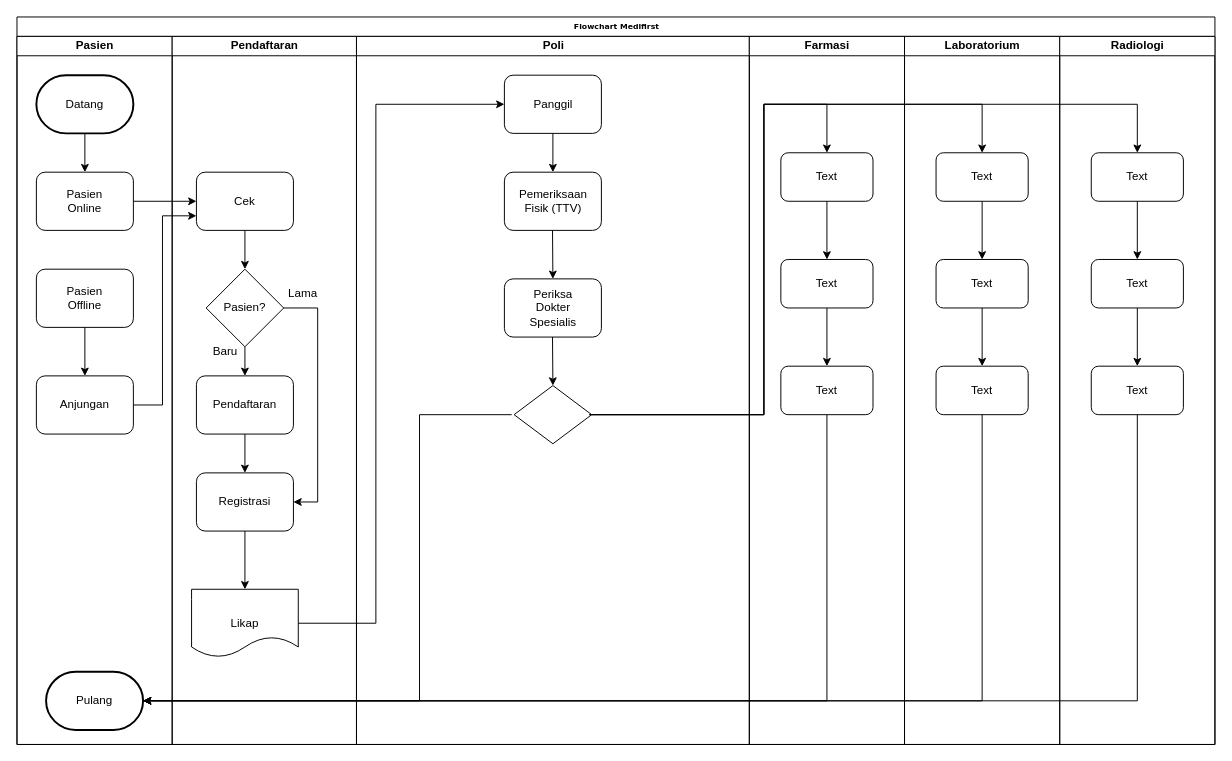
Earlier version of the draw.io diagram Flowchart RSUD dr Soedomo.drawio (Arfnvaaa/Arfnvaaa). Source tidied: cells renumbered, new cells numbered last; positions are measured from the earlier drawing's top-left corner, leaving out a move shared by most shapes. Both pictures are drawn from the tidied source at 97%, with x=0, y=0 at pixel (16, 16).
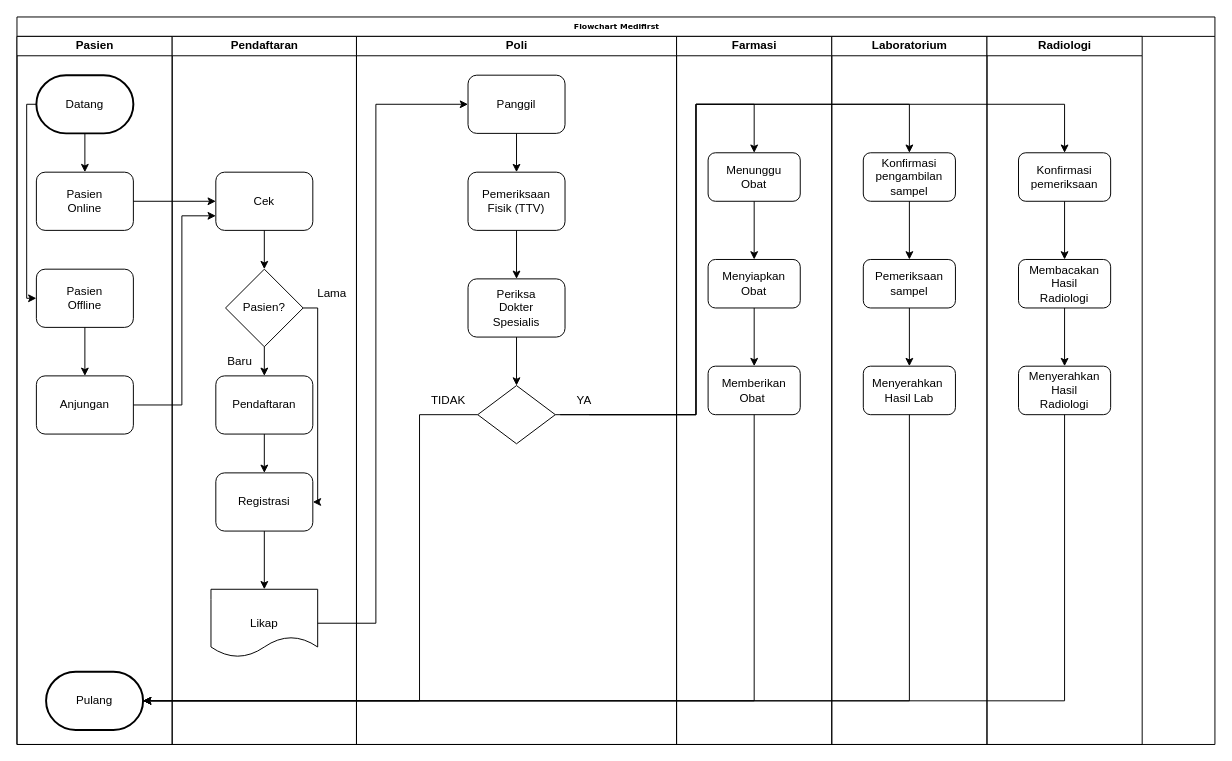
The same diagram, later.

The change refers to these unchanged cells:
```xml
<mxCell id="2" value="Flowchart Medifirst" style="swimlane;html=1;startSize=20;rounded=0;shadow=0;labelBackgroundColor=none;strokeWidth=1;fontFamily=Verdana;fontSize=8;align=center;" parent="1" vertex="1">
  <mxGeometry width="1235" height="750" as="geometry" />
</mxCell>
<mxCell id="3" value="Pasien" style="swimlane;html=1;startSize=20;" parent="2" vertex="1">
  <mxGeometry y="20" width="160" height="730" as="geometry" />
</mxCell>
<mxCell id="7" style="rounded=1;whiteSpace=wrap;html=1;shadow=0;labelBackgroundColor=none;strokeWidth=1;fontFamily=Verdana;fontSize=8;align=center;" parent="6" vertex="1">
  <mxGeometry width="100" height="60" as="geometry" />
</mxCell>
<mxCell id="10" style="rounded=1;whiteSpace=wrap;html=1;shadow=0;labelBackgroundColor=none;strokeWidth=1;fontFamily=Verdana;fontSize=8;align=center;" parent="9" vertex="1">
  <mxGeometry width="100" height="60" as="geometry" />
</mxCell>
<mxCell id="13" style="strokeWidth=2;html=1;shape=mxgraph.flowchart.terminator;whiteSpace=wrap;" parent="3" vertex="1">
  <mxGeometry x="30" y="655" width="100" height="60" as="geometry" />
</mxCell>
<mxCell id="16" style="strokeWidth=2;html=1;shape=mxgraph.flowchart.terminator;whiteSpace=wrap;" parent="15" vertex="1">
  <mxGeometry width="100" height="60" as="geometry" />
</mxCell>
<mxCell id="19" value="Pendaftaran" style="swimlane;html=1;startSize=20;" parent="2" vertex="1">
  <mxGeometry x="160" y="20" width="190" height="730" as="geometry" />
</mxCell>
<mxCell id="49" style="rounded=1;whiteSpace=wrap;html=1;" parent="48" vertex="1">
  <mxGeometry x="32.5" y="120" width="95" height="50" as="geometry" />
</mxCell>
<mxCell id="51" style="rounded=1;whiteSpace=wrap;html=1;" parent="48" vertex="1">
  <mxGeometry x="32.5" y="340" width="95" height="50" as="geometry" />
</mxCell>
<mxCell id="58" style="rounded=1;whiteSpace=wrap;html=1;" parent="57" vertex="1">
  <mxGeometry x="32.5" y="120" width="95" height="50" as="geometry" />
</mxCell>
<mxCell id="60" style="rounded=1;whiteSpace=wrap;html=1;" parent="57" vertex="1">
  <mxGeometry x="32.5" y="340" width="95" height="50" as="geometry" />
</mxCell>
<mxCell id="67" style="rounded=1;whiteSpace=wrap;html=1;" parent="66" vertex="1">
  <mxGeometry x="32.5" y="120" width="95" height="50" as="geometry" />
</mxCell>
<mxCell id="69" style="rounded=1;whiteSpace=wrap;html=1;" parent="66" vertex="1">
  <mxGeometry x="32.5" y="340" width="95" height="50" as="geometry" />
</mxCell>
```

Change to the diagram source:
```diff
@@
+    <mxCell id="85" style="endArrow=classic;html=1;rounded=0;exitX=0;exitY=0.5;exitDx=0;exitDy=0;exitPerimeter=0;entryX=0;entryY=0.5;entryDx=0;entryDy=0;" parent="3" edge="1" source="16" target="10">
+      <mxGeometry relative="1" as="geometry">
+        <Array as="points">
+          <mxPoint x="10" y="70" />
+          <mxPoint x="10" y="270" />
+        </Array>
+      </mxGeometry>
+    </mxCell>
@@
     <mxCell id="20" style="rounded=1;whiteSpace=wrap;html=1;shadow=0;labelBackgroundColor=none;strokeWidth=1;fontFamily=Verdana;fontSize=8;align=center;" parent="19" vertex="1">
-      <mxGeometry x="25" y="140" width="100" height="60" as="geometry" />
+      <mxGeometry x="45" y="140" width="100" height="60" as="geometry" />
     </mxCell>
     <mxCell id="21" style="shape=document;whiteSpace=wrap;html=1;boundedLbl=1;" parent="19" vertex="1">
-      <mxGeometry x="20" y="570" width="110" height="70" as="geometry" />
+      <mxGeometry x="40" y="570" width="110" height="70" as="geometry" />
     </mxCell>
     <mxCell id="22" style="rhombus;whiteSpace=wrap;html=1;" parent="19" vertex="1">
-      <mxGeometry x="35" y="240" width="80" height="80" as="geometry" />
+      <mxGeometry x="55" y="240" width="80" height="80" as="geometry" />
     </mxCell>
     <mxCell id="23" style="rounded=1;whiteSpace=wrap;html=1;" parent="19" vertex="1">
-      <mxGeometry x="25" y="350" width="100" height="60" as="geometry" />
+      <mxGeometry x="45" y="350" width="100" height="60" as="geometry" />
     </mxCell>
     <mxCell id="24" style="rounded=1;whiteSpace=wrap;html=1;" parent="19" vertex="1">
-      <mxGeometry x="25" y="450" width="100" height="60" as="geometry" />
+      <mxGeometry x="45" y="450" width="100" height="60" as="geometry" />
     </mxCell>
     <mxCell id="25" value="Likap" style="text;html=1;whiteSpace=wrap;strokeColor=none;fillColor=none;align=center;verticalAlign=middle;rounded=0;" parent="19" vertex="1">
-      <mxGeometry x="45" y="590" width="60" height="30" as="geometry" />
+      <mxGeometry x="65" y="590" width="60" height="30" as="geometry" />
     </mxCell>
     <mxCell id="26" value="Cek" style="text;html=1;whiteSpace=wrap;strokeColor=none;fillColor=none;align=center;verticalAlign=middle;rounded=0;" parent="19" vertex="1">
-      <mxGeometry x="45" y="155" width="60" height="30" as="geometry" />
+      <mxGeometry x="65" y="155" width="60" height="30" as="geometry" />
     </mxCell>
     <mxCell id="27" value="Pasien?" style="text;html=1;whiteSpace=wrap;strokeColor=none;fillColor=none;align=center;verticalAlign=middle;rounded=0;" parent="19" vertex="1">
-      <mxGeometry x="45" y="265" width="60" height="30" as="geometry" />
+      <mxGeometry x="65" y="265" width="60" height="30" as="geometry" />
     </mxCell>
@@
     <mxCell id="33" value="Pendaftaran" style="text;html=1;whiteSpace=wrap;strokeColor=none;fillColor=none;align=center;verticalAlign=middle;rounded=0;" parent="19" vertex="1">
-      <mxGeometry x="45" y="365" width="60" height="30" as="geometry" />
+      <mxGeometry x="65" y="365" width="60" height="30" as="geometry" />
     </mxCell>
     <mxCell id="34" value="Registrasi" style="text;html=1;whiteSpace=wrap;strokeColor=none;fillColor=none;align=center;verticalAlign=middle;rounded=0;" parent="19" vertex="1">
-      <mxGeometry x="45" y="465" width="60" height="30" as="geometry" />
+      <mxGeometry x="65" y="465" width="60" height="30" as="geometry" />
     </mxCell>
     <mxCell id="35" value="Lama" style="text;html=1;whiteSpace=wrap;strokeColor=none;fillColor=none;align=center;verticalAlign=middle;rounded=0;" parent="19" vertex="1">
-      <mxGeometry x="105" y="250" width="60" height="30" as="geometry" />
+      <mxGeometry x="135" y="250" width="60" height="30" as="geometry" />
     </mxCell>
     <mxCell id="36" value="Baru" style="text;html=1;whiteSpace=wrap;strokeColor=none;fillColor=none;align=center;verticalAlign=middle;rounded=0;" parent="19" vertex="1">
-      <mxGeometry x="25" y="310" width="60" height="30" as="geometry" />
+      <mxGeometry x="40" y="320" width="60" height="30" as="geometry" />
     </mxCell>
     <mxCell id="37" value="Poli" style="swimlane;html=1;startSize=20;" parent="2" vertex="1">
-      <mxGeometry x="350" y="20" width="405" height="730" as="geometry" />
+      <mxGeometry x="350" y="20" width="330" height="730" as="geometry" />
     </mxCell>
     <mxCell id="38" style="rounded=1;whiteSpace=wrap;html=1;shadow=0;labelBackgroundColor=none;strokeWidth=1;fontFamily=Verdana;fontSize=8;align=center;" parent="37" vertex="1">
-      <mxGeometry x="152.5" y="40" width="100" height="60" as="geometry" />
+      <mxGeometry x="115" y="40" width="100" height="60" as="geometry" />
     </mxCell>
     <mxCell id="39" style="rhombus;whiteSpace=wrap;html=1;rounded=0;shadow=0;labelBackgroundColor=none;strokeWidth=1;fontFamily=Verdana;fontSize=8;align=center;" parent="37" vertex="1">
-      <mxGeometry x="162.5" y="360" width="80" height="60" as="geometry" />
+      <mxGeometry x="125" y="360" width="80" height="60" as="geometry" />
     </mxCell>
     <mxCell id="40" style="rounded=1;whiteSpace=wrap;html=1;shadow=0;labelBackgroundColor=none;strokeWidth=1;fontFamily=Verdana;fontSize=8;align=center;" parent="37" vertex="1">
-      <mxGeometry x="152.5" y="140" width="100" height="60" as="geometry" />
+      <mxGeometry x="115" y="140" width="100" height="60" as="geometry" />
     </mxCell>
     <mxCell id="41" style="rounded=1;whiteSpace=wrap;html=1;shadow=0;labelBackgroundColor=none;strokeWidth=1;fontFamily=Verdana;fontSize=8;align=center;" parent="37" vertex="1">
-      <mxGeometry x="152.5" y="250" width="100" height="60" as="geometry" />
+      <mxGeometry x="115" y="250" width="100" height="60" as="geometry" />
     </mxCell>
     <mxCell id="42" value="Panggil" style="text;html=1;whiteSpace=wrap;strokeColor=none;fillColor=none;align=center;verticalAlign=middle;rounded=0;" parent="37" vertex="1">
-      <mxGeometry x="172.5" y="55" width="60" height="30" as="geometry" />
+      <mxGeometry x="135" y="55" width="60" height="30" as="geometry" />
     </mxCell>
     <mxCell id="43" value="Pemeriksaan Fisik (TTV)" style="text;html=1;whiteSpace=wrap;strokeColor=none;fillColor=none;align=center;verticalAlign=middle;rounded=0;" parent="37" vertex="1">
-      <mxGeometry x="172.5" y="155" width="60" height="30" as="geometry" />
+      <mxGeometry x="135" y="155" width="60" height="30" as="geometry" />
     </mxCell>
     <mxCell id="44" value="Periksa Dokter Spesialis" style="text;html=1;whiteSpace=wrap;strokeColor=none;fillColor=none;align=center;verticalAlign=middle;rounded=0;" parent="37" vertex="1">
-      <mxGeometry x="172.5" y="265" width="60" height="30" as="geometry" />
+      <mxGeometry x="135" y="265" width="60" height="30" as="geometry" />
     </mxCell>
@@
-    <mxCell id="46" style="endArrow=classic;html=1;rounded=0;exitX=0.5;exitY=1;exitDx=0;exitDy=0;entryX=0.5;entryY=0;entryDx=0;entryDy=0;" parent="37" edge="1" target="41">
-      <mxGeometry relative="1" as="geometry">
-        <mxPoint x="202.1" y="200" as="sourcePoint" />
-      </mxGeometry>
+    <mxCell id="46" style="endArrow=classic;html=1;rounded=0;exitX=0.5;exitY=1;exitDx=0;exitDy=0;entryX=0.5;entryY=0;entryDx=0;entryDy=0;" parent="37" edge="1" source="40" target="41">
+      <mxGeometry relative="1" as="geometry" />
     </mxCell>
-    <mxCell id="47" style="endArrow=classic;html=1;rounded=0;exitX=0.5;exitY=1;exitDx=0;exitDy=0;entryX=0.5;entryY=0;entryDx=0;entryDy=0;" parent="37" edge="1" target="39">
-      <mxGeometry relative="1" as="geometry">
-        <mxPoint x="202.1" y="310" as="sourcePoint" />
-      </mxGeometry>
+    <mxCell id="47" style="endArrow=classic;html=1;rounded=0;exitX=0.5;exitY=1;exitDx=0;exitDy=0;entryX=0.5;entryY=0;entryDx=0;entryDy=0;" parent="37" edge="1" source="41" target="39">
+      <mxGeometry relative="1" as="geometry" />
     </mxCell>
+    <mxCell id="86" value="TIDAK" style="text;html=1;whiteSpace=wrap;strokeColor=none;fillColor=none;align=center;verticalAlign=middle;rounded=0;" parent="37" vertex="1">
+      <mxGeometry x="65" y="360" width="60" height="30" as="geometry" />
+    </mxCell>
+    <mxCell id="87" value="YA" style="text;html=1;whiteSpace=wrap;strokeColor=none;fillColor=none;align=center;verticalAlign=middle;rounded=0;" parent="37" vertex="1">
+      <mxGeometry x="205" y="360" width="60" height="30" as="geometry" />
+    </mxCell>
     <mxCell id="48" value="Farmasi" style="swimlane;html=1;startSize=20;" parent="2" vertex="1">
-      <mxGeometry x="755" y="20" width="160" height="730" as="geometry" />
+      <mxGeometry x="680" y="20" width="160" height="730" as="geometry" />
     </mxCell>
@@
-    <mxCell id="52" value="Text" style="text;html=1;whiteSpace=wrap;strokeColor=none;fillColor=none;align=center;verticalAlign=middle;rounded=0;" parent="48" vertex="1">
+    <mxCell id="52" value="Menunggu Obat" style="text;html=1;whiteSpace=wrap;strokeColor=none;fillColor=none;align=center;verticalAlign=middle;rounded=0;" parent="48" vertex="1">
       <mxGeometry x="50" y="130" width="60" height="30" as="geometry" />
     </mxCell>
-    <mxCell id="53" value="Text" style="text;html=1;whiteSpace=wrap;strokeColor=none;fillColor=none;align=center;verticalAlign=middle;rounded=0;" parent="48" vertex="1">
+    <mxCell id="53" value="Menyiapkan Obat" style="text;html=1;whiteSpace=wrap;strokeColor=none;fillColor=none;align=center;verticalAlign=middle;rounded=0;" parent="48" vertex="1">
       <mxGeometry x="50" y="240" width="60" height="30" as="geometry" />
     </mxCell>
-    <mxCell id="54" value="Text" style="text;html=1;whiteSpace=wrap;strokeColor=none;fillColor=none;align=center;verticalAlign=middle;rounded=0;" parent="48" vertex="1">
+    <mxCell id="54" value="Memberikan Obat&amp;nbsp;" style="text;html=1;whiteSpace=wrap;strokeColor=none;fillColor=none;align=center;verticalAlign=middle;rounded=0;" parent="48" vertex="1">
       <mxGeometry x="50" y="350" width="60" height="30" as="geometry" />
     </mxCell>
@@
     <mxCell id="57" value="Laboratorium" style="swimlane;html=1;startSize=20;" parent="2" vertex="1">
-      <mxGeometry x="915" y="20" width="160" height="730" as="geometry" />
+      <mxGeometry x="840" y="20" width="160" height="730" as="geometry" />
     </mxCell>
@@
-    <mxCell id="61" value="Text" style="text;html=1;whiteSpace=wrap;strokeColor=none;fillColor=none;align=center;verticalAlign=middle;rounded=0;" parent="57" vertex="1">
+    <mxCell id="61" value="Konfirmasi pengambilan sampel" style="text;html=1;whiteSpace=wrap;strokeColor=none;fillColor=none;align=center;verticalAlign=middle;rounded=0;" parent="57" vertex="1">
       <mxGeometry x="50" y="130" width="60" height="30" as="geometry" />
     </mxCell>
-    <mxCell id="62" value="Text" style="text;html=1;whiteSpace=wrap;strokeColor=none;fillColor=none;align=center;verticalAlign=middle;rounded=0;" parent="57" vertex="1">
+    <mxCell id="62" value="Pemeriksaan sampel" style="text;html=1;whiteSpace=wrap;strokeColor=none;fillColor=none;align=center;verticalAlign=middle;rounded=0;" parent="57" vertex="1">
       <mxGeometry x="50" y="240" width="60" height="30" as="geometry" />
     </mxCell>
-    <mxCell id="63" value="Text" style="text;html=1;whiteSpace=wrap;strokeColor=none;fillColor=none;align=center;verticalAlign=middle;rounded=0;" parent="57" vertex="1">
+    <mxCell id="63" value="Menyerahkan&amp;nbsp; Hasil Lab" style="text;html=1;whiteSpace=wrap;strokeColor=none;fillColor=none;align=center;verticalAlign=middle;rounded=0;" parent="57" vertex="1">
       <mxGeometry x="50" y="350" width="60" height="30" as="geometry" />
     </mxCell>
@@
     <mxCell id="66" value="Radiologi" style="swimlane;html=1;startSize=20;" parent="2" vertex="1">
-      <mxGeometry x="1075" y="20" width="160" height="730" as="geometry" />
+      <mxGeometry x="1000" y="20" width="160" height="730" as="geometry" />
     </mxCell>
@@
     <mxCell id="70" style="endArrow=classic;html=1;rounded=0;entryX=0.5;entryY=0;entryDx=0;entryDy=0;" parent="66" edge="1" target="67">
       <mxGeometry relative="1" as="geometry">
-        <mxPoint x="-485" y="390" as="sourcePoint" />
+        <mxPoint x="-440" y="390" as="sourcePoint" />
         <Array as="points">
-          <mxPoint x="-305" y="390" />
-          <mxPoint x="-305" y="70" />
+          <mxPoint x="-300" y="390" />
+          <mxPoint x="-300" y="70" />
           <mxPoint x="80" y="70" />
         </Array>
       </mxGeometry>
     </mxCell>
-    <mxCell id="71" value="Text" style="text;html=1;whiteSpace=wrap;strokeColor=none;fillColor=none;align=center;verticalAlign=middle;rounded=0;" parent="66" vertex="1">
+    <mxCell id="71" value="Konfirmasi pemeriksaan" style="text;html=1;whiteSpace=wrap;strokeColor=none;fillColor=none;align=center;verticalAlign=middle;rounded=0;" parent="66" vertex="1">
       <mxGeometry x="50" y="130" width="60" height="30" as="geometry" />
     </mxCell>
-    <mxCell id="72" value="Text" style="text;html=1;whiteSpace=wrap;strokeColor=none;fillColor=none;align=center;verticalAlign=middle;rounded=0;" parent="66" vertex="1">
+    <mxCell id="72" value="Membacakan Hasil Radiologi" style="text;html=1;whiteSpace=wrap;strokeColor=none;fillColor=none;align=center;verticalAlign=middle;rounded=0;" parent="66" vertex="1">
       <mxGeometry x="50" y="240" width="60" height="30" as="geometry" />
     </mxCell>
-    <mxCell id="73" value="Text" style="text;html=1;whiteSpace=wrap;strokeColor=none;fillColor=none;align=center;verticalAlign=middle;rounded=0;" parent="66" vertex="1">
+    <mxCell id="73" value="Menyerahkan Hasil Radiologi" style="text;html=1;whiteSpace=wrap;strokeColor=none;fillColor=none;align=center;verticalAlign=middle;rounded=0;" parent="66" vertex="1">
       <mxGeometry x="50" y="350" width="60" height="30" as="geometry" />
     </mxCell>
@@
     <mxCell id="77" style="endArrow=classic;html=1;rounded=0;entryX=0;entryY=0.75;entryDx=0;entryDy=0;exitX=1;exitY=0.5;exitDx=0;exitDy=0;" parent="2" edge="1" source="7" target="20">
       <mxGeometry relative="1" as="geometry">
         <Array as="points">
-          <mxPoint x="150" y="400" />
-          <mxPoint x="150" y="205" />
+          <mxPoint x="170" y="400" />
+          <mxPoint x="170" y="205" />
         </Array>
       </mxGeometry>
     </mxCell>
     <mxCell id="78" style="endArrow=classic;html=1;rounded=0;exitX=1;exitY=0.5;exitDx=0;exitDy=0;entryX=0.5;entryY=0;entryDx=0;entryDy=0;" parent="2" edge="1" source="39" target="49">
       <mxGeometry relative="1" as="geometry">
         <Array as="points">
-          <mxPoint x="770" y="410" />
-          <mxPoint x="770" y="90" />
-          <mxPoint x="835" y="90" />
+          <mxPoint x="700" y="410" />
+          <mxPoint x="700" y="90" />
+          <mxPoint x="760" y="90" />
         </Array>
       </mxGeometry>
     </mxCell>
     <mxCell id="79" style="endArrow=classic;html=1;rounded=0;exitX=0.5;exitY=1;exitDx=0;exitDy=0;entryX=1;entryY=0.5;entryDx=0;entryDy=0;entryPerimeter=0;" parent="2" edge="1" source="51" target="13">
       <mxGeometry relative="1" as="geometry">
         <Array as="points">
-          <mxPoint x="835" y="705" />
+          <mxPoint x="760" y="705" />
         </Array>
       </mxGeometry>
     </mxCell>
     <mxCell id="80" style="endArrow=classic;html=1;rounded=0;entryX=1;entryY=0.5;entryDx=0;entryDy=0;entryPerimeter=0;exitX=0.5;exitY=1;exitDx=0;exitDy=0;" parent="2" edge="1" source="60" target="13">
       <mxGeometry relative="1" as="geometry">
         <Array as="points">
-          <mxPoint x="995" y="705" />
+          <mxPoint x="920" y="705" />
         </Array>
       </mxGeometry>
     </mxCell>
     <mxCell id="81" style="endArrow=classic;html=1;rounded=0;exitX=0.5;exitY=1;exitDx=0;exitDy=0;entryX=1;entryY=0.5;entryDx=0;entryDy=0;entryPerimeter=0;" parent="2" edge="1" source="69" target="13">
       <mxGeometry relative="1" as="geometry">
         <Array as="points">
-          <mxPoint x="1155" y="705" />
+          <mxPoint x="1080" y="705" />
         </Array>
       </mxGeometry>
     </mxCell>
@@
-    <mxCell id="83" style="endArrow=classic;html=1;rounded=0;entryX=1;entryY=0.5;entryDx=0;entryDy=0;entryPerimeter=0;" parent="1" edge="1" target="13">
+    <mxCell id="83" style="endArrow=classic;html=1;rounded=0;entryX=1;entryY=0.5;entryDx=0;entryDy=0;entryPerimeter=0;exitX=0;exitY=0.5;exitDx=0;exitDy=0;" parent="2" edge="1" source="39" target="13">
       <mxGeometry relative="1" as="geometry">
-        <mxPoint x="510" y="410" as="sourcePoint" />
         <Array as="points">
           <mxPoint x="415" y="410" />
           <mxPoint x="415" y="705" />
         </Array>
       </mxGeometry>
     </mxCell>
     <mxCell id="84" style="endArrow=classic;html=1;rounded=0;entryX=0.5;entryY=0;entryDx=0;entryDy=0;" parent="1" edge="1" target="58">
       <mxGeometry relative="1" as="geometry">
         <mxPoint x="590" y="410" as="sourcePoint" />
         <Array as="points">
-          <mxPoint x="770" y="410" />
-          <mxPoint x="770" y="90" />
-          <mxPoint x="995" y="90" />
+          <mxPoint x="700" y="410" />
+          <mxPoint x="700" y="90" />
+          <mxPoint x="920" y="90" />
         </Array>
       </mxGeometry>
     </mxCell>
```
